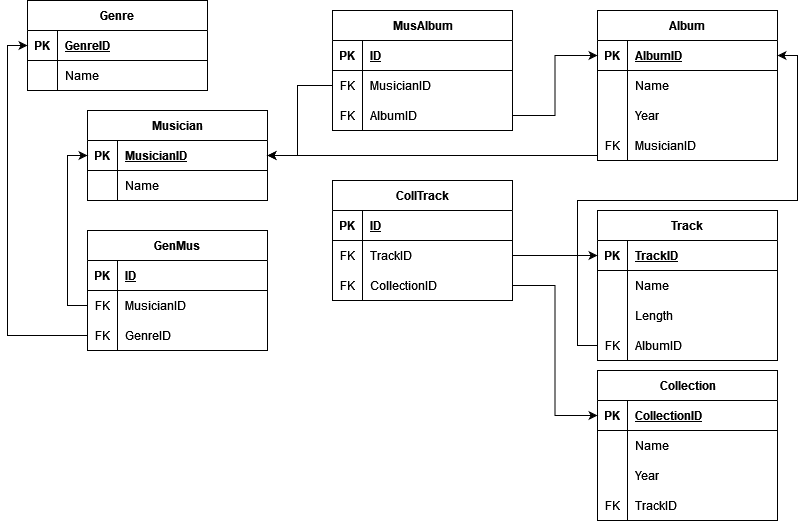
Garpusha/Database-HW keeps this draw.io diagram as DB_HW_1.png. Above is the earlier version. Source tidied: cells renumbered, new cells last; positions are measured from the earlier drawing's top-left corner, leaving out a move shared by most shapes.
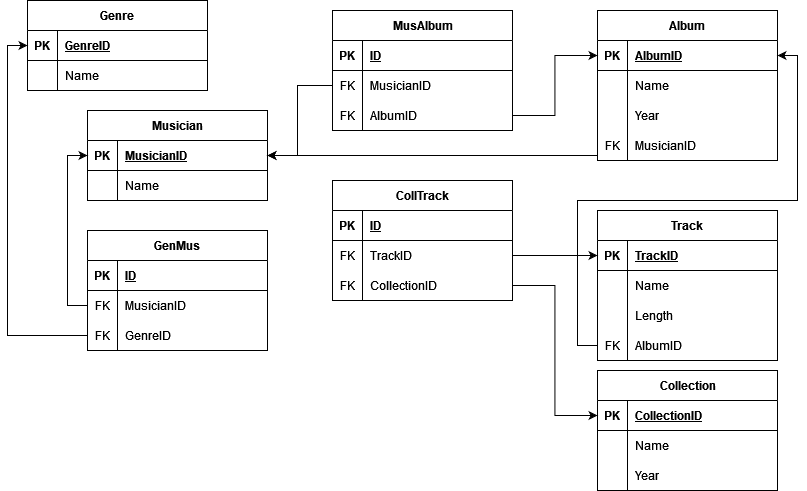
Above is the later version.

Diff of the diagram source:
```diff
@@ -208,7 +208,7 @@
       <mxGeometry relative="1" as="geometry" />
     </mxCell>
     <mxCell id="67" value="Collection" style="shape=table;startSize=30;rowLines=0;fontStyle=1;align=center;html=1;" parent="1" vertex="1">
-      <mxGeometry x="570" y="370" width="180" height="150" as="geometry" />
+      <mxGeometry x="570" y="370" width="180" height="120" as="geometry" />
     </mxCell>
     <mxCell id="68" style="shape=tableRow;horizontal=0;startSize=0;swimlaneHead=0;swimlaneBody=0;fillColor=none;points=[[0,0.5],[1,0.5]];portConstraint=eastwest;top=0;left=0;right=0;bottom=1;" parent="67" vertex="1">
       <mxGeometry y="30" width="180" height="30" as="geometry" />
@@ -237,15 +237,6 @@
     <mxCell id="76" value="Year" style="shape=partialRectangle;fillColor=none;top=0;left=0;bottom=0;right=0;align=left;spacingLeft=6;overflow=hidden;whiteSpace=wrap;html=1;" parent="74" vertex="1">
       <mxGeometry x="30" width="150" height="30" as="geometry" />
     </mxCell>
-    <mxCell id="77" style="shape=tableRow;horizontal=0;startSize=0;swimlaneHead=0;swimlaneBody=0;fillColor=none;top=0;left=0;right=0;bottom=0;" parent="67" vertex="1">
-      <mxGeometry y="120" width="180" height="30" as="geometry" />
-    </mxCell>
-    <mxCell id="78" value="FK" style="shape=partialRectangle;fillColor=none;top=0;left=0;bottom=0;right=0;overflow=hidden;whiteSpace=wrap;html=1;" parent="77" vertex="1">
-      <mxGeometry width="30" height="30" as="geometry" />
-    </mxCell>
-    <mxCell id="79" value="TrackID" style="shape=partialRectangle;fillColor=none;top=0;left=0;bottom=0;right=0;align=left;spacingLeft=6;overflow=hidden;whiteSpace=wrap;html=1;" parent="77" vertex="1">
-      <mxGeometry x="30" width="150" height="30" as="geometry" />
-    </mxCell>
     <mxCell id="80" value="CollTrack" style="shape=table;startSize=30;rowLines=0;fontStyle=1;align=center;html=1;" parent="1" vertex="1">
       <mxGeometry x="305" y="180" width="180" height="120" as="geometry" />
     </mxCell>
```
